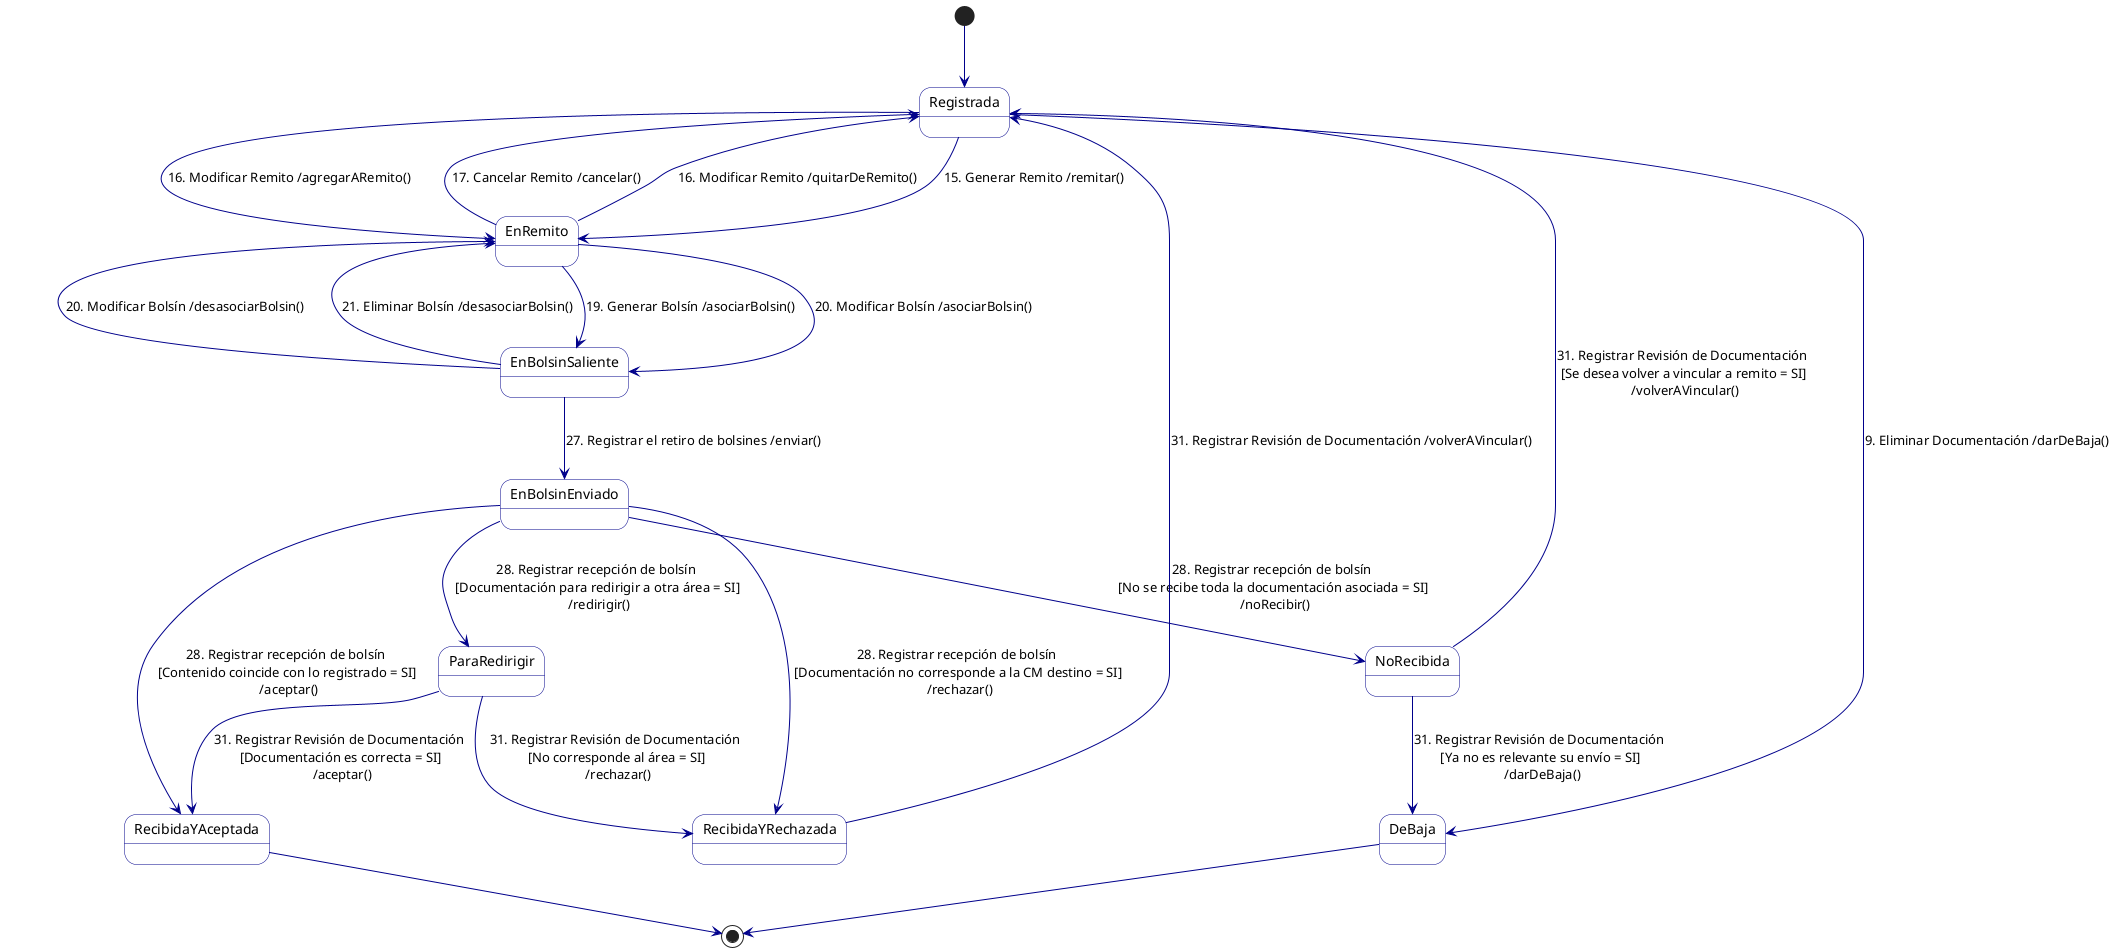
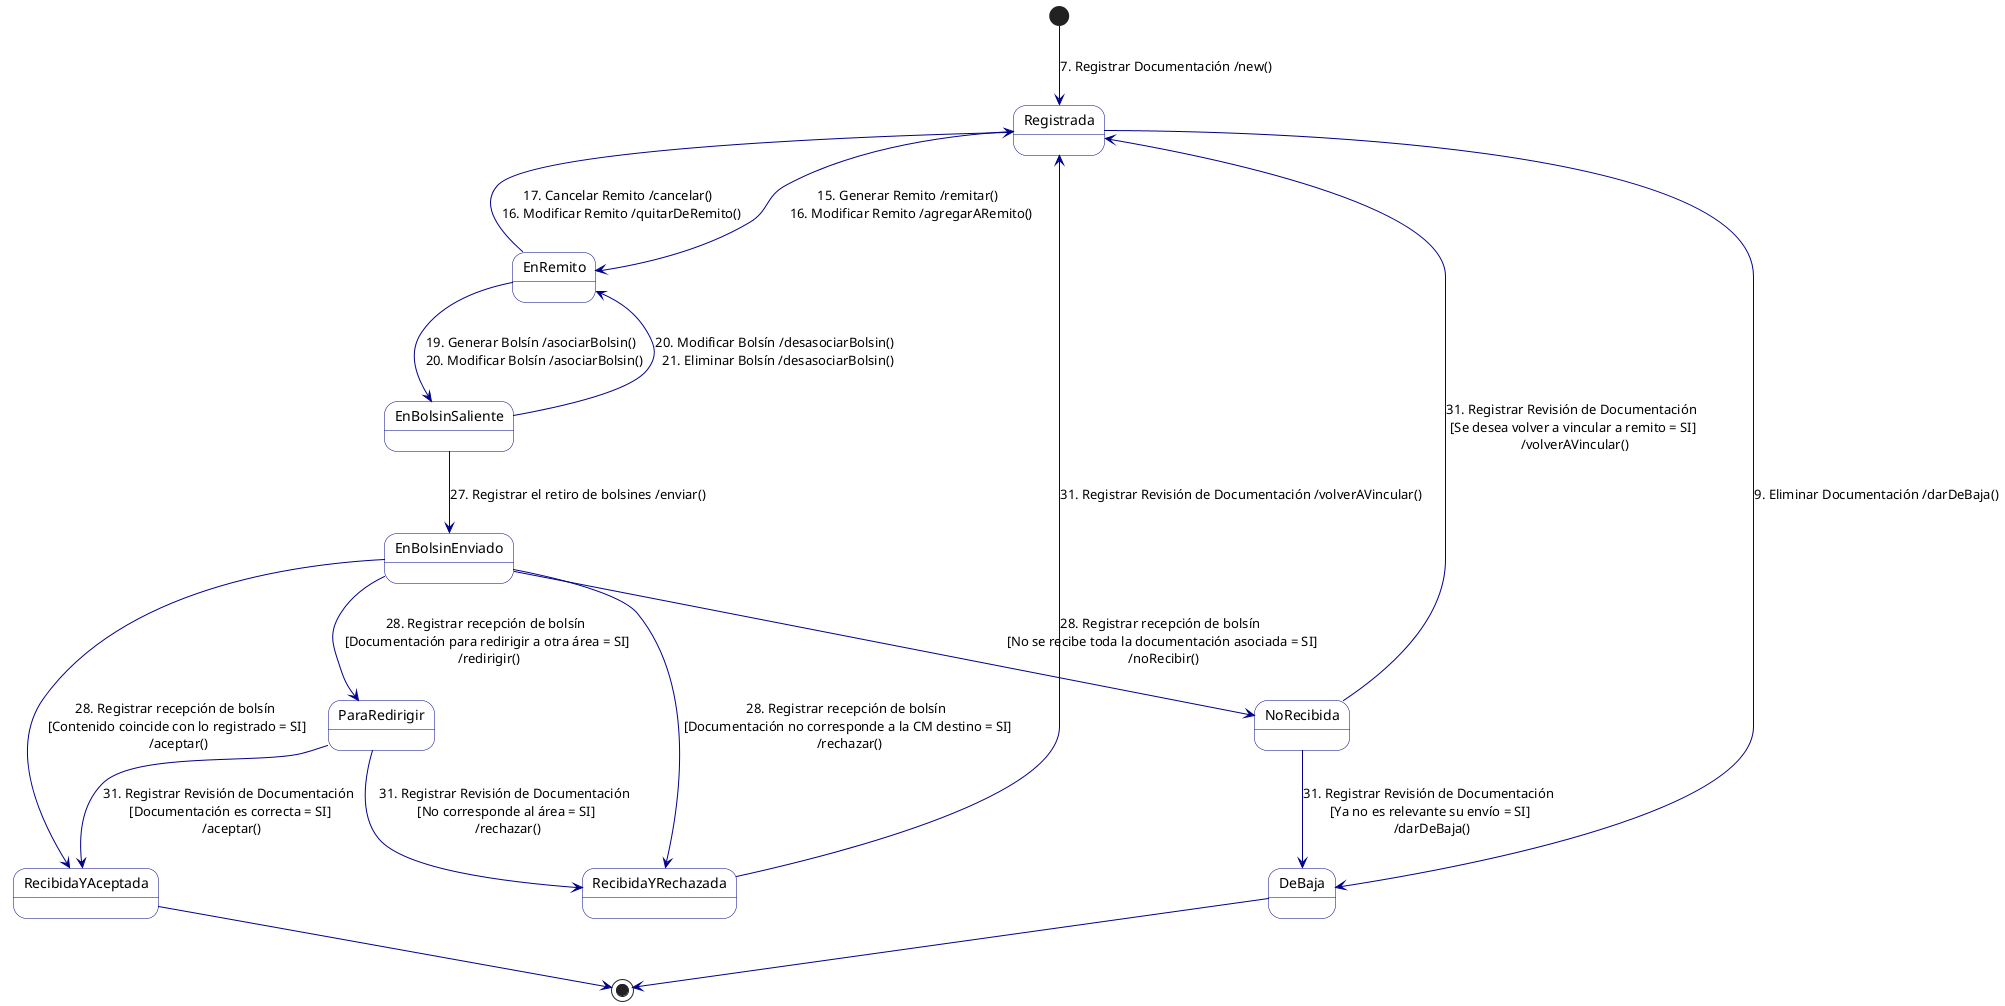
@startuml Maquina de Estados - Documentacion

skinparam stateBorderColor DarkBlue
skinparam stateBackgroundColor White
skinparam arrowColor DarkBlue

+ ' "Al registrar la documentación en el sistema, esta queda en estado registrada." (Regla: Movimiento de la Documentación)
state Registrada
+ 
+ ' "luego cuando se la incluye en un remito, pasa al estado En remito." (Regla: Movimiento de la Documentación)
state EnRemito
+ 
+ ' "Cuando la documentación incluida en un remito se agrega a un bolsín se actualiza su estado a en bolsín saliente." (Regla: Agregar documentación a un Bolsín)
state EnBolsinSaliente
+ 
+ ' "El estado de la documentación incluida en cada remito [pasa] de en bolsín saliente a en bolsín enviado." (Regla: Retiro de un Bolsín)
state EnBolsinEnviado
+ 
+ ' "Los remitos y la documentación asociada pasan al estado recibida y aceptada." (Regla: Recepción de un Bolsín en una CM Destino)
state RecibidaYAceptada
+ 
+ ' "la documentación que no llegó queda como no recibida." (Regla: Recepción de un Bolsín en una CM Destino)
state NoRecibida
+ 
+ ' "la documentación se marca como recibida y rechazada." (Regla: Recepción de un Bolsín en una CM Destino)
state RecibidaYRechazada
+ 
+ ' "la documentación se actualiza al estado Para redirigir." (Regla: Recepción de un Bolsín en una CM Destino)
state ParaRedirigir
+ 
+ ' "puede eliminarse, actualizando su estado a De baja." (Regla: Manejo de un Bolsín)
state DeBaja

- [*] --> Registrada
+ ' "Al registrar la documentación en el sistema, esta queda en estado registrada." (Regla: Movimiento de la Documentación)
+ [*] --> Registrada : 7. Registrar Documentación /new()

- Registrada --> EnRemito : 15. Generar Remito /remitar()
- Registrada --> EnRemito : 16. Modificar Remito /agregarARemito()
+ ' "el trabajador de la CM debe generar un remito que contenga el detalle de la documentación... la que debe estar previamente registrada en el sistema." (Sección: Remitos)
+ ' "luego cuando se la incluye en un remito, pasa al estado En remito." (Regla: Movimiento de la Documentación)
+ Registrada --> EnRemito : 15. Generar Remito /remitar() \n 16. Modificar Remito /agregarARemito()
+ 
+ ' "Mientras un bolsín se encuentre en estado creado o cerrado puede eliminarse, actualizando su estado a De baja." (Regla: Manejo de un Bolsín)
Registrada --> DeBaja : 9. Eliminar Documentación /darDeBaja()

- EnRemito --> Registrada : 17. Cancelar Remito /cancelar()
- EnRemito --> Registrada : 16. Modificar Remito /quitarDeRemito()
- EnRemito --> EnBolsinSaliente : 19. Generar Bolsín /asociarBolsin()
- EnRemito --> EnBolsinSaliente : 20. Modificar Bolsín /asociarBolsin()
+ ' UC17: "Un remito puede cancelarse mientras este en estado creado, en este caso la documentación asociada vuelve al estado Registrada." (Regla: Remito por CM)
+ ' UC16: "Al modificar un bolsín, la documentación asociada a los remitos que se quitan del bolsín pasa a estado en remito." (Regla: Movimiento de la Documentación)
+ EnRemito --> Registrada : 17. Cancelar Remito /cancelar() \n 16. Modificar Remito /quitarDeRemito()

- EnBolsinSaliente --> EnRemito : 20. Modificar Bolsín /desasociarBolsin()
- EnBolsinSaliente --> EnRemito : 21. Eliminar Bolsín /desasociarBolsin()
+ ' "Cuando la documentación incluida en un remito se agrega a un bolsín se actualiza su estado a en bolsín saliente." (Regla: Agregar documentación a un Bolsín)
+ EnRemito --> EnBolsinSaliente : 19. Generar Bolsín /asociarBolsin() \n 20. Modificar Bolsín /asociarBolsin()
+ 
+ ' UC20: "Al modificar un bolsín, la documentación asociada a los remitos que se quitan del bolsín pasa a estado en remito." (Regla: Movimiento de la Documentación)
+ ' UC21: "Al eliminar un bolsín, la documentación asociada a los remitos que contiene pasa al estado en remito." (Regla: Movimiento de la Documentación)
+ EnBolsinSaliente --> EnRemito : 20. Modificar Bolsín /desasociarBolsin() \n 21. Eliminar Bolsín /desasociarBolsin()
+ 
+ ' "Cuando el correo retira el bolsín de la CM se actualizará... El estado de la documentación incluida en cada remito de en bolsín saliente a en bolsín enviado." (Regla: Retiro de un Bolsín)
EnBolsinSaliente --> EnBolsinEnviado : 27. Registrar el retiro de bolsines /enviar()

+ ' "El contenido del bolsín es igual al registrado: Los remitos y la documentación asociada pasan al estado recibida y aceptada." (Regla: Recepción de un Bolsín en una CM Destino)
EnBolsinEnviado --> RecibidaYAceptada : 28. Registrar recepción de bolsín \n [Contenido coincide con lo registrado = SI] \n /aceptar()
+ 
+ ' "No se recibe toda la documentación asociada a los remitos que contiene el bolsín: la documentación que no llegó queda como no recibida." (Regla: Recepción de un Bolsín en una CM Destino)
EnBolsinEnviado --> NoRecibida : 28. Registrar recepción de bolsín \n [No se recibe toda la documentación asociada = SI] \n /noRecibir()
+ 
+ ' "Documentación que no corresponde a la CM destino: la documentación se marca como recibida y rechazada." (Regla: Recepción de un Bolsín en una CM Destino)
EnBolsinEnviado --> RecibidaYRechazada : 28. Registrar recepción de bolsín \n [Documentación no corresponde a la CM destino = SI] \n /rechazar()
+ 
+ ' "Ocurre cuando la CM destino es la CMC que recibe documentación que debe ser enviada a un área dentro de la sede central. En este caso la documentación se actualiza al estado Para redirigir." (Regla: Recepción de un Bolsín en una CM Destino)
EnBolsinEnviado --> ParaRedirigir : 28. Registrar recepción de bolsín \n [Documentación para redirigir a otra área = SI] \n /redirigir()

+ ' "Cuando el área dentro de la CMC recibe la documentación verifica si es correcta. Si es así, la marca como recibida y aceptada." (Regla: Documentación para redirigir)
ParaRedirigir --> RecibidaYAceptada : 31. Registrar Revisión de Documentación \n [Documentación es correcta = SI] \n /aceptar()
+ 
+ ' "De lo contrario, si no corresponde al área, se marca como recibida y rechazada." (Regla: Documentación para redirigir)
ParaRedirigir --> RecibidaYRechazada : 31. Registrar Revisión de Documentación \n [No corresponde al área = SI] \n /rechazar()

+ ' "Se notifica a la CM origen para que la documentación vuelva al estado registrada, y pueda vincularse nuevamente a un remito." (Regla: Recepción de un Bolsín en una CM Destino)
NoRecibida --> Registrada : 31. Registrar Revisión de Documentación \n [Se desea volver a vincular a remito = SI] \n /volverAVincular()
+ 
+ ' "También puede darse de baja porque se considera que ya no es relevante su envío." (Regla: Recepción de un Bolsín en una CM Destino)
NoRecibida --> DeBaja : 31. Registrar Revisión de Documentación \n [Ya no es relevante su envío = SI] \n /darDeBaja()

+ ' "Esta documentación debe ser enviada de vuelta al origen, para poder asociarse a un nuevo remito para enviarse a la CM correcta." (Regla: Recepción de un Bolsín en una CM Destino)
RecibidaYRechazada --> Registrada : 31. Registrar Revisión de Documentación /volverAVincular()

RecibidaYAceptada --> [*]
DeBaja --> [*]

@enduml
